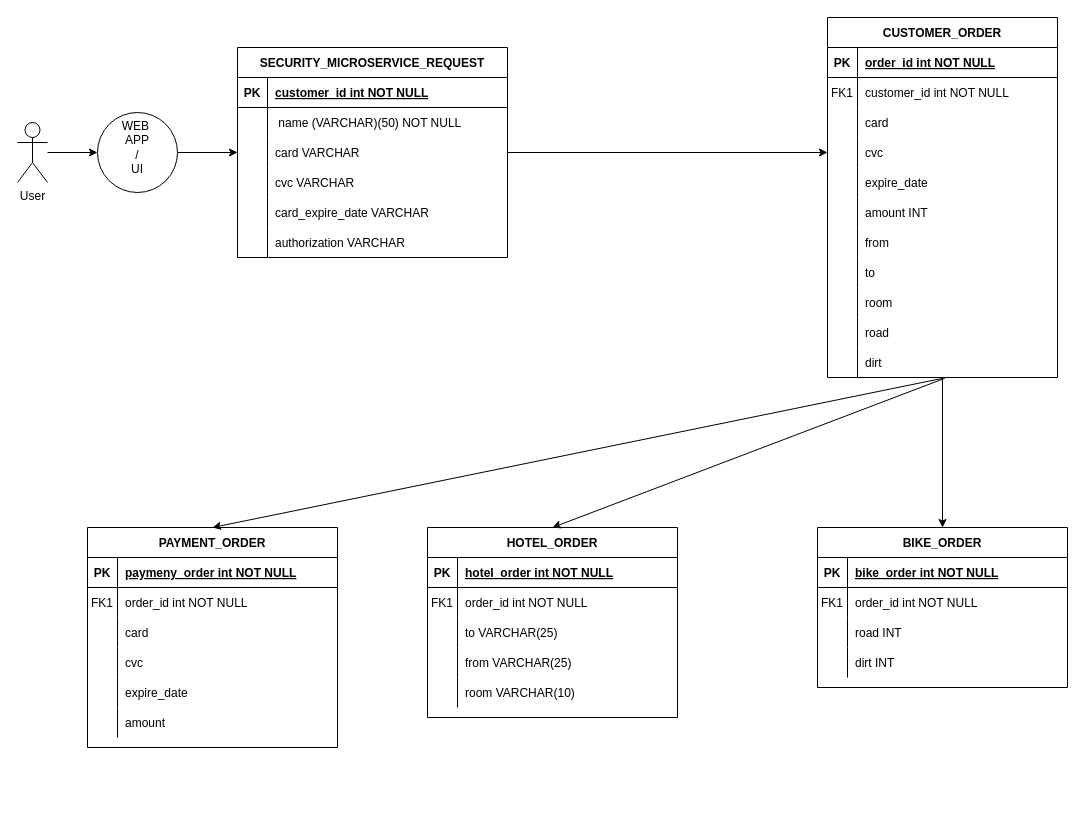
Before: documentation/Enities/GeneralView.drawio in PapaLeoneIV/Fides_WorkShop, a draw.io diagram. Source tidied: cells renumbered, new cells numbered last; positions are measured from the earlier drawing's top-left corner, leaving out a move shared by most shapes. Both pictures are drawn from the tidied source at 100%, with x=0, y=0 at pixel (17, 17).
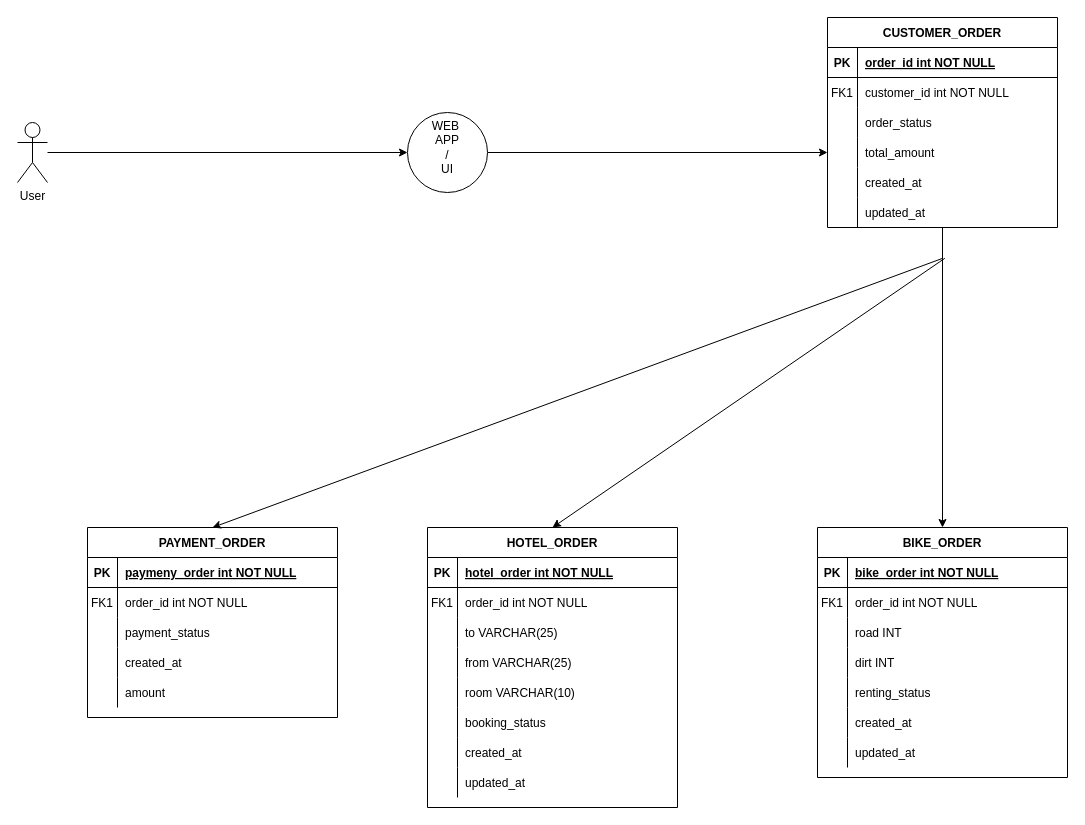
The same page after the edit.

Unchanged cells that the change refers to:
```xml
<mxCell id="10" style="shape=partialRectangle;fillColor=none;top=0;left=0;right=0;bottom=0;" parent="3" vertex="1">
  <mxGeometry y="90" width="230" height="30" as="geometry" />
</mxCell>
<mxCell id="13" style="shape=partialRectangle;fillColor=none;points=[[0,0.5],[1,0.5]];portConstraint=eastwest;top=0;left=0;right=0;bottom=0;" parent="3" vertex="1">
  <mxGeometry y="120" width="230" height="30" as="geometry" />
</mxCell>
<mxCell id="16" style="shape=partialRectangle;fillColor=none;top=0;left=0;right=0;bottom=0;" parent="3" vertex="1">
  <mxGeometry y="150" width="230" height="30" as="geometry" />
</mxCell>
<mxCell id="19" style="shape=partialRectangle;fillColor=none;top=0;left=0;right=0;bottom=0;" parent="3" vertex="1">
  <mxGeometry y="180" width="230" height="30" as="geometry" />
</mxCell>
<mxCell id="97" style="shape=partialRectangle;fillColor=none;top=0;left=0;right=0;bottom=0;" parent="90" vertex="1">
  <mxGeometry y="90" width="250" height="30" as="geometry" />
</mxCell>
```

Diff of the diagram source:
```diff
@@
     <mxCell id="3" value="CUSTOMER_ORDER" style="shape=table;startSize=30;childLayout=tableLayout;rowLines=0;fontStyle=1;align=center;" parent="1" vertex="1">
-      <mxGeometry x="810" width="230" height="360" as="geometry" />
+      <mxGeometry x="810" width="230" height="210" as="geometry" />
     </mxCell>
@@
-    <mxCell id="12" value="card" style="shape=partialRectangle;overflow=hidden;fillColor=none;top=0;left=0;bottom=0;right=0;align=left;spacingLeft=6;" parent="10" vertex="1">
+    <mxCell id="12" value="order_status" style="shape=partialRectangle;overflow=hidden;fillColor=none;top=0;left=0;bottom=0;right=0;align=left;spacingLeft=6;" parent="10" vertex="1">
       <mxGeometry x="30" width="200" height="30" as="geometry" />
     </mxCell>
@@
-    <mxCell id="15" value="cvc" style="shape=partialRectangle;overflow=hidden;fillColor=none;top=0;left=0;bottom=0;right=0;align=left;spacingLeft=6;" parent="13" vertex="1">
+    <mxCell id="15" value="total_amount" style="shape=partialRectangle;overflow=hidden;fillColor=none;top=0;left=0;bottom=0;right=0;align=left;spacingLeft=6;" parent="13" vertex="1">
       <mxGeometry x="30" width="200" height="30" as="geometry" />
     </mxCell>
@@
-    <mxCell id="18" value="expire_date" style="shape=partialRectangle;overflow=hidden;fillColor=none;top=0;left=0;bottom=0;right=0;align=left;spacingLeft=6;" parent="16" vertex="1">
+    <mxCell id="18" value="created_at" style="shape=partialRectangle;overflow=hidden;fillColor=none;top=0;left=0;bottom=0;right=0;align=left;spacingLeft=6;" parent="16" vertex="1">
       <mxGeometry x="30" width="200" height="30" as="geometry" />
     </mxCell>
@@
-    <mxCell id="21" value="amount INT" style="shape=partialRectangle;overflow=hidden;fillColor=none;top=0;left=0;bottom=0;right=0;align=left;spacingLeft=6;" parent="19" vertex="1">
+    <mxCell id="21" value="updated_at" style="shape=partialRectangle;overflow=hidden;fillColor=none;top=0;left=0;bottom=0;right=0;align=left;spacingLeft=6;" parent="19" vertex="1">
       <mxGeometry x="30" width="200" height="30" as="geometry" />
     </mxCell>
-    <mxCell id="22" style="shape=partialRectangle;fillColor=none;top=0;left=0;right=0;bottom=0;" parent="3" vertex="1">
-      <mxGeometry y="210" width="230" height="30" as="geometry" />
-    </mxCell>
-    <mxCell id="23" style="shape=partialRectangle;overflow=hidden;fillColor=none;top=0;left=0;bottom=0;right=0;" parent="22" vertex="1">
-      <mxGeometry width="30" height="30" as="geometry" />
-    </mxCell>
-    <mxCell id="24" value="from" style="shape=partialRectangle;overflow=hidden;fillColor=none;top=0;left=0;bottom=0;right=0;align=left;spacingLeft=6;" parent="22" vertex="1">
-      <mxGeometry x="30" width="200" height="30" as="geometry" />
-    </mxCell>
-    <mxCell id="25" style="shape=partialRectangle;fillColor=none;top=0;left=0;right=0;bottom=0;" parent="3" vertex="1">
-      <mxGeometry y="240" width="230" height="30" as="geometry" />
-    </mxCell>
-    <mxCell id="26" style="shape=partialRectangle;overflow=hidden;fillColor=none;top=0;left=0;bottom=0;right=0;" parent="25" vertex="1">
-      <mxGeometry width="30" height="30" as="geometry" />
-    </mxCell>
-    <mxCell id="27" value="to" style="shape=partialRectangle;overflow=hidden;fillColor=none;top=0;left=0;bottom=0;right=0;align=left;spacingLeft=6;" parent="25" vertex="1">
-      <mxGeometry x="30" width="200" height="30" as="geometry" />
-    </mxCell>
-    <mxCell id="28" style="shape=partialRectangle;fillColor=none;top=0;left=0;right=0;bottom=0;" parent="3" vertex="1">
-      <mxGeometry y="270" width="230" height="30" as="geometry" />
-    </mxCell>
-    <mxCell id="29" style="shape=partialRectangle;overflow=hidden;fillColor=none;top=0;left=0;bottom=0;right=0;" parent="28" vertex="1">
-      <mxGeometry width="30" height="30" as="geometry" />
-    </mxCell>
-    <mxCell id="30" value="room" style="shape=partialRectangle;overflow=hidden;fillColor=none;top=0;left=0;bottom=0;right=0;align=left;spacingLeft=6;" parent="28" vertex="1">
-      <mxGeometry x="30" width="200" height="30" as="geometry" />
-    </mxCell>
-    <mxCell id="31" style="shape=partialRectangle;fillColor=none;top=0;left=0;right=0;bottom=0;" parent="3" vertex="1">
-      <mxGeometry y="300" width="230" height="30" as="geometry" />
-    </mxCell>
-    <mxCell id="32" style="shape=partialRectangle;overflow=hidden;fillColor=none;top=0;left=0;bottom=0;right=0;" parent="31" vertex="1">
-      <mxGeometry width="30" height="30" as="geometry" />
-    </mxCell>
-    <mxCell id="33" value="road" style="shape=partialRectangle;overflow=hidden;fillColor=none;top=0;left=0;bottom=0;right=0;align=left;spacingLeft=6;" parent="31" vertex="1">
-      <mxGeometry x="30" width="200" height="30" as="geometry" />
-    </mxCell>
-    <mxCell id="34" style="shape=partialRectangle;fillColor=none;points=[[0,0.5],[1,0.5]];portConstraint=eastwest;top=0;left=0;right=0;bottom=0;" parent="3" vertex="1">
-      <mxGeometry y="330" width="230" height="30" as="geometry" />
-    </mxCell>
-    <mxCell id="35" style="shape=partialRectangle;overflow=hidden;fillColor=none;top=0;left=0;bottom=0;right=0;" parent="34" vertex="1">
-      <mxGeometry width="30" height="30" as="geometry" />
-    </mxCell>
-    <mxCell id="36" value="dirt" style="shape=partialRectangle;overflow=hidden;fillColor=none;top=0;left=0;bottom=0;right=0;align=left;spacingLeft=6;" parent="34" vertex="1">
-      <mxGeometry x="30" width="200" height="30" as="geometry" />
-    </mxCell>
     <mxCell id="37" value="BIKE_ORDER" style="shape=table;startSize=30;childLayout=tableLayout;rowLines=0;fontStyle=1;align=center;" parent="1" vertex="1">
-      <mxGeometry x="800" y="510" width="250" height="160" as="geometry" />
+      <mxGeometry x="800" y="510" width="250" height="250" as="geometry" />
     </mxCell>
@@
+    <mxCell id="100" style="shape=partialRectangle;fillColor=none;top=0;left=0;right=0;bottom=0;" parent="37" vertex="1">
+      <mxGeometry y="120" width="250" height="30" as="geometry" />
+    </mxCell>
+    <mxCell id="111" style="shape=partialRectangle;overflow=hidden;fillColor=none;top=0;left=0;bottom=0;right=0;" parent="100" vertex="1">
+      <mxGeometry width="30" height="30" as="geometry" />
+    </mxCell>
+    <mxCell id="112" value="dirt INT" style="shape=partialRectangle;overflow=hidden;fillColor=none;top=0;left=0;bottom=0;right=0;align=left;spacingLeft=6;" parent="100" vertex="1">
+      <mxGeometry x="30" width="220" height="30" as="geometry" />
+    </mxCell>
+    <mxCell id="113" style="shape=partialRectangle;fillColor=none;top=0;left=0;right=0;bottom=0;" parent="37" vertex="1">
+      <mxGeometry y="150" width="250" height="30" as="geometry" />
+    </mxCell>
+    <mxCell id="114" style="shape=partialRectangle;overflow=hidden;fillColor=none;top=0;left=0;bottom=0;right=0;" parent="113" vertex="1">
+      <mxGeometry width="30" height="30" as="geometry" />
+    </mxCell>
+    <mxCell id="115" value="renting_status" style="shape=partialRectangle;overflow=hidden;fillColor=none;top=0;left=0;bottom=0;right=0;align=left;spacingLeft=6;" parent="113" vertex="1">
+      <mxGeometry x="30" width="220" height="30" as="geometry" />
+    </mxCell>
+    <mxCell id="116" style="shape=partialRectangle;fillColor=none;top=0;left=0;right=0;bottom=0;" parent="37" vertex="1">
+      <mxGeometry y="180" width="250" height="30" as="geometry" />
+    </mxCell>
+    <mxCell id="117" style="shape=partialRectangle;overflow=hidden;fillColor=none;top=0;left=0;bottom=0;right=0;" parent="116" vertex="1">
+      <mxGeometry width="30" height="30" as="geometry" />
+    </mxCell>
+    <mxCell id="118" value="created_at" style="shape=partialRectangle;overflow=hidden;fillColor=none;top=0;left=0;bottom=0;right=0;align=left;spacingLeft=6;" parent="116" vertex="1">
+      <mxGeometry x="30" width="220" height="30" as="geometry" />
+    </mxCell>
     <mxCell id="47" style="shape=partialRectangle;fillColor=none;top=0;left=0;right=0;bottom=0;" parent="37" vertex="1">
-      <mxGeometry y="120" width="250" height="30" as="geometry" />
+      <mxGeometry y="210" width="250" height="30" as="geometry" />
     </mxCell>
@@
-    <mxCell id="49" value="dirt INT" style="shape=partialRectangle;overflow=hidden;fillColor=none;top=0;left=0;bottom=0;right=0;align=left;spacingLeft=6;" parent="47" vertex="1">
+    <mxCell id="49" value="updated_at" style="shape=partialRectangle;overflow=hidden;fillColor=none;top=0;left=0;bottom=0;right=0;align=left;spacingLeft=6;" parent="47" vertex="1">
       <mxGeometry x="30" width="220" height="30" as="geometry" />
     </mxCell>
-    <mxCell id="50" style="edgeStyle=orthogonalEdgeStyle;rounded=0;jettySize=auto;html=1;" parent="1" edge="1" source="51" target="13">
-      <mxGeometry relative="1" as="geometry" />
-    </mxCell>
-    <mxCell id="51" value="SECURITY_MICROSERVICE_REQUEST" style="shape=table;startSize=30;childLayout=tableLayout;rowLines=0;fontStyle=1;align=center;" parent="1" vertex="1">
-      <mxGeometry x="220" y="30" width="270" height="210" as="geometry" />
-    </mxCell>
-    <mxCell id="52" style="shape=partialRectangle;fillColor=none;top=0;left=0;right=0;bottom=1;" parent="51" vertex="1">
-      <mxGeometry y="30" width="270" height="30" as="geometry" />
-    </mxCell>
-    <mxCell id="53" value="PK" style="shape=partialRectangle;overflow=hidden;fillColor=none;top=0;left=0;bottom=0;right=0;fontStyle=1;" parent="52" vertex="1">
-      <mxGeometry width="30" height="30" as="geometry" />
-    </mxCell>
-    <mxCell id="54" value="customer_id int NOT NULL " style="shape=partialRectangle;overflow=hidden;fillColor=none;top=0;left=0;bottom=0;right=0;align=left;spacingLeft=6;fontStyle=5;" parent="52" vertex="1">
-      <mxGeometry x="30" width="240" height="30" as="geometry" />
-    </mxCell>
-    <mxCell id="55" style="shape=partialRectangle;fillColor=none;top=0;left=0;right=0;bottom=0;" parent="51" vertex="1">
-      <mxGeometry y="60" width="270" height="30" as="geometry" />
-    </mxCell>
-    <mxCell id="56" style="shape=partialRectangle;overflow=hidden;fillColor=none;top=0;left=0;bottom=0;right=0;" parent="55" vertex="1">
-      <mxGeometry width="30" height="30" as="geometry" />
-    </mxCell>
-    <mxCell id="57" value=" name (VARCHAR)(50) NOT NULL" style="shape=partialRectangle;overflow=hidden;fillColor=none;top=0;left=0;bottom=0;right=0;align=left;spacingLeft=6;" parent="55" vertex="1">
-      <mxGeometry x="30" width="240" height="30" as="geometry" />
-    </mxCell>
-    <mxCell id="58" style="shape=partialRectangle;fillColor=none;points=[[0,0.5],[1,0.5]];portConstraint=eastwest;top=0;left=0;right=0;bottom=0;" parent="51" vertex="1">
-      <mxGeometry y="90" width="270" height="30" as="geometry" />
-    </mxCell>
-    <mxCell id="59" style="shape=partialRectangle;overflow=hidden;fillColor=none;top=0;left=0;bottom=0;right=0;" parent="58" vertex="1">
-      <mxGeometry width="30" height="30" as="geometry" />
-    </mxCell>
-    <mxCell id="60" value="card VARCHAR" style="shape=partialRectangle;overflow=hidden;fillColor=none;top=0;left=0;bottom=0;right=0;align=left;spacingLeft=6;" parent="58" vertex="1">
-      <mxGeometry x="30" width="240" height="30" as="geometry" />
-    </mxCell>
-    <mxCell id="61" style="shape=partialRectangle;fillColor=none;top=0;left=0;right=0;bottom=0;" parent="51" vertex="1">
-      <mxGeometry y="120" width="270" height="30" as="geometry" />
-    </mxCell>
-    <mxCell id="62" style="shape=partialRectangle;overflow=hidden;fillColor=none;top=0;left=0;bottom=0;right=0;" parent="61" vertex="1">
-      <mxGeometry width="30" height="30" as="geometry" />
-    </mxCell>
-    <mxCell id="63" value="cvc VARCHAR" style="shape=partialRectangle;overflow=hidden;fillColor=none;top=0;left=0;bottom=0;right=0;align=left;spacingLeft=6;" parent="61" vertex="1">
-      <mxGeometry x="30" width="240" height="30" as="geometry" />
-    </mxCell>
-    <mxCell id="64" style="shape=partialRectangle;fillColor=none;top=0;left=0;right=0;bottom=0;" parent="51" vertex="1">
-      <mxGeometry y="150" width="270" height="30" as="geometry" />
-    </mxCell>
-    <mxCell id="65" style="shape=partialRectangle;overflow=hidden;fillColor=none;top=0;left=0;bottom=0;right=0;" parent="64" vertex="1">
-      <mxGeometry width="30" height="30" as="geometry" />
-    </mxCell>
-    <mxCell id="66" value="card_expire_date VARCHAR" style="shape=partialRectangle;overflow=hidden;fillColor=none;top=0;left=0;bottom=0;right=0;align=left;spacingLeft=6;" parent="64" vertex="1">
-      <mxGeometry x="30" width="240" height="30" as="geometry" />
-    </mxCell>
-    <mxCell id="67" style="shape=partialRectangle;fillColor=none;top=0;left=0;right=0;bottom=0;" parent="51" vertex="1">
-      <mxGeometry y="180" width="270" height="30" as="geometry" />
-    </mxCell>
-    <mxCell id="68" style="shape=partialRectangle;overflow=hidden;fillColor=none;top=0;left=0;bottom=0;right=0;" parent="67" vertex="1">
-      <mxGeometry width="30" height="30" as="geometry" />
-    </mxCell>
-    <mxCell id="69" value="authorization VARCHAR" style="shape=partialRectangle;overflow=hidden;fillColor=none;top=0;left=0;bottom=0;right=0;align=left;spacingLeft=6;" parent="67" vertex="1">
-      <mxGeometry x="30" width="240" height="30" as="geometry" />
-    </mxCell>
     <mxCell id="70" value="HOTEL_ORDER" style="shape=table;startSize=30;childLayout=tableLayout;rowLines=0;fontStyle=1;align=center;" parent="1" vertex="1">
-      <mxGeometry x="410" y="510" width="250" height="190" as="geometry" />
+      <mxGeometry x="410" y="510" width="250" height="280" as="geometry" />
     </mxCell>
@@
+    <mxCell id="119" style="shape=partialRectangle;fillColor=none;top=0;left=0;right=0;bottom=0;" parent="70" vertex="1">
+      <mxGeometry y="180" width="250" height="30" as="geometry" />
+    </mxCell>
+    <mxCell id="120" style="shape=partialRectangle;overflow=hidden;fillColor=none;top=0;left=0;bottom=0;right=0;" parent="119" vertex="1">
+      <mxGeometry width="30" height="30" as="geometry" />
+    </mxCell>
+    <mxCell id="121" value="booking_status" style="shape=partialRectangle;overflow=hidden;fillColor=none;top=0;left=0;bottom=0;right=0;align=left;spacingLeft=6;" parent="119" vertex="1">
+      <mxGeometry x="30" width="220" height="30" as="geometry" />
+    </mxCell>
+    <mxCell id="122" style="shape=partialRectangle;fillColor=none;top=0;left=0;right=0;bottom=0;" parent="70" vertex="1">
+      <mxGeometry y="210" width="250" height="30" as="geometry" />
+    </mxCell>
+    <mxCell id="123" style="shape=partialRectangle;overflow=hidden;fillColor=none;top=0;left=0;bottom=0;right=0;" parent="122" vertex="1">
+      <mxGeometry width="30" height="30" as="geometry" />
+    </mxCell>
+    <mxCell id="124" value="created_at" style="shape=partialRectangle;overflow=hidden;fillColor=none;top=0;left=0;bottom=0;right=0;align=left;spacingLeft=6;" parent="122" vertex="1">
+      <mxGeometry x="30" width="220" height="30" as="geometry" />
+    </mxCell>
+    <mxCell id="125" style="shape=partialRectangle;fillColor=none;top=0;left=0;right=0;bottom=0;" parent="70" vertex="1">
+      <mxGeometry y="240" width="250" height="30" as="geometry" />
+    </mxCell>
+    <mxCell id="126" style="shape=partialRectangle;overflow=hidden;fillColor=none;top=0;left=0;bottom=0;right=0;" parent="125" vertex="1">
+      <mxGeometry width="30" height="30" as="geometry" />
+    </mxCell>
+    <mxCell id="127" value="updated_at" style="shape=partialRectangle;overflow=hidden;fillColor=none;top=0;left=0;bottom=0;right=0;align=left;spacingLeft=6;" parent="125" vertex="1">
+      <mxGeometry x="30" width="220" height="30" as="geometry" />
+    </mxCell>
@@
-    <mxCell id="88" style="edgeStyle=orthogonalEdgeStyle;rounded=0;jettySize=auto;html=1;entryX=0;entryY=0.5;entryDx=0;entryDy=0;" parent="1" edge="1" source="89" target="58">
+    <mxCell id="88" style="edgeStyle=orthogonalEdgeStyle;rounded=0;jettySize=auto;html=1;entryX=0;entryY=0.5;entryDx=0;entryDy=0;" parent="1" edge="1" source="89" target="13">
       <mxGeometry relative="1" as="geometry" />
     </mxCell>
     <mxCell id="89" value="WEB&amp;nbsp;&lt;div&gt;APP&lt;div&gt;/&lt;/div&gt;&lt;div&gt;UI&lt;/div&gt;&lt;/div&gt;" style="ellipse;whiteSpace=wrap;html=1;verticalAlign=top;" parent="1" vertex="1">
-      <mxGeometry x="80" y="95" width="80" height="80" as="geometry" />
+      <mxGeometry x="390" y="95" width="80" height="80" as="geometry" />
     </mxCell>
     <mxCell id="90" value="PAYMENT_ORDER" style="shape=table;startSize=30;childLayout=tableLayout;rowLines=0;fontStyle=1;align=center;" parent="1" vertex="1">
-      <mxGeometry x="70" y="510" width="250" height="220" as="geometry" />
+      <mxGeometry x="70" y="510" width="250" height="190" as="geometry" />
     </mxCell>
@@
-    <mxCell id="99" value="card" style="shape=partialRectangle;overflow=hidden;fillColor=none;top=0;left=0;bottom=0;right=0;align=left;spacingLeft=6;" parent="97" vertex="1">
+    <mxCell id="99" value="payment_status" style="shape=partialRectangle;overflow=hidden;fillColor=none;top=0;left=0;bottom=0;right=0;align=left;spacingLeft=6;" parent="97" vertex="1">
       <mxGeometry x="30" width="220" height="30" as="geometry" />
     </mxCell>
-    <mxCell id="100" style="shape=partialRectangle;fillColor=none;top=0;left=0;right=0;bottom=0;" parent="90" vertex="1">
-      <mxGeometry y="120" width="250" height="30" as="geometry" />
-    </mxCell>
-    <mxCell id="101" style="shape=partialRectangle;overflow=hidden;fillColor=none;top=0;left=0;bottom=0;right=0;" parent="100" vertex="1">
-      <mxGeometry width="30" height="30" as="geometry" />
-    </mxCell>
-    <mxCell id="102" value="cvc" style="shape=partialRectangle;overflow=hidden;fillColor=none;top=0;left=0;bottom=0;right=0;align=left;spacingLeft=6;" parent="100" vertex="1">
-      <mxGeometry x="30" width="220" height="30" as="geometry" />
-    </mxCell>
     <mxCell id="103" style="shape=partialRectangle;fillColor=none;top=0;left=0;right=0;bottom=0;" parent="90" vertex="1">
-      <mxGeometry y="150" width="250" height="30" as="geometry" />
+      <mxGeometry y="120" width="250" height="30" as="geometry" />
     </mxCell>
@@
-    <mxCell id="105" value="expire_date" style="shape=partialRectangle;overflow=hidden;fillColor=none;top=0;left=0;bottom=0;right=0;align=left;spacingLeft=6;" parent="103" vertex="1">
+    <mxCell id="105" value="created_at" style="shape=partialRectangle;overflow=hidden;fillColor=none;top=0;left=0;bottom=0;right=0;align=left;spacingLeft=6;" parent="103" vertex="1">
       <mxGeometry x="30" width="220" height="30" as="geometry" />
     </mxCell>
     <mxCell id="106" style="shape=partialRectangle;fillColor=none;top=0;left=0;right=0;bottom=0;" parent="90" vertex="1">
-      <mxGeometry y="180" width="250" height="30" as="geometry" />
+      <mxGeometry y="150" width="250" height="30" as="geometry" />
     </mxCell>
@@
-    <mxCell id="109" style="endArrow=classic;html=1;rounded=0;exitX=0.51;exitY=1.027;exitDx=0;exitDy=0;exitPerimeter=0;entryX=0.5;entryY=0;entryDx=0;entryDy=0;" parent="1" edge="1" source="34" target="70">
-      <mxGeometry relative="1" as="geometry" />
+    <mxCell id="109" style="endArrow=classic;html=1;rounded=0;exitX=0.51;exitY=1.027;exitDx=0;exitDy=0;exitPerimeter=0;entryX=0.5;entryY=0;entryDx=0;entryDy=0;" parent="1" edge="1" target="70">
+      <mxGeometry relative="1" as="geometry">
+        <mxPoint x="927.3" y="240.8" as="sourcePoint" />
+      </mxGeometry>
     </mxCell>
-    <mxCell id="110" style="endArrow=classic;html=1;rounded=0;exitX=0.501;exitY=1.027;exitDx=0;exitDy=0;exitPerimeter=0;entryX=0.5;entryY=0;entryDx=0;entryDy=0;" parent="1" edge="1" source="34" target="90">
-      <mxGeometry relative="1" as="geometry" />
+    <mxCell id="110" style="endArrow=classic;html=1;rounded=0;exitX=0.501;exitY=1.027;exitDx=0;exitDy=0;exitPerimeter=0;entryX=0.5;entryY=0;entryDx=0;entryDy=0;" parent="1" edge="1" target="90">
+      <mxGeometry relative="1" as="geometry">
+        <mxPoint x="925.2" y="240.8" as="sourcePoint" />
+      </mxGeometry>
     </mxCell>
```
